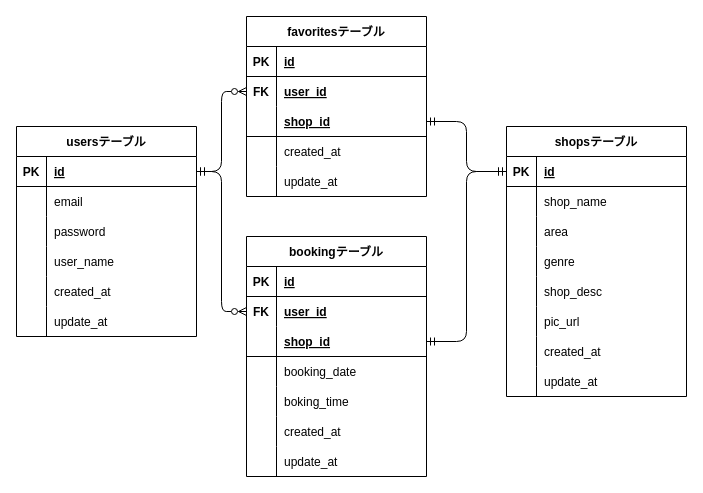
kuni9997/Rese keeps this draw.io diagram as ER図.dio. Above is the earlier version. Source tidied: cells renumbered, new cells numbered last; positions are measured from the earlier drawing's top-left corner, leaving out a move shared by most shapes. Both pictures are drawn from the tidied source at 100%, with x=0, y=0 at pixel (16, 16).
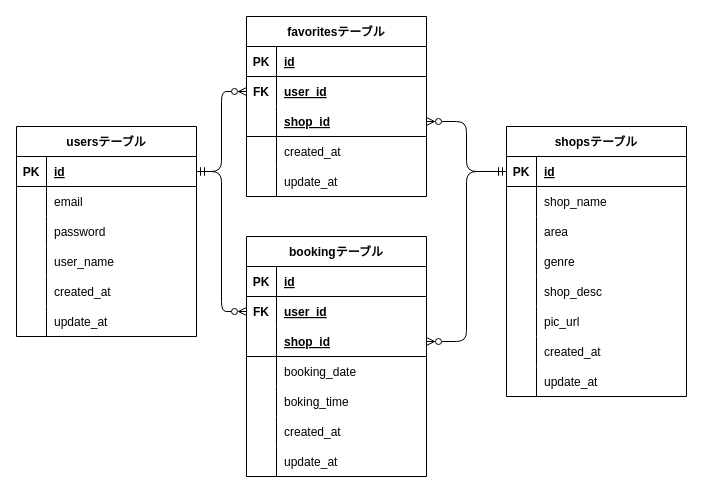
After the change.

Unchanged cells that the change refers to:
```xml
<mxCell id="22" style="shape=tableRow;horizontal=0;startSize=0;swimlaneHead=0;swimlaneBody=0;fillColor=none;points=[[0,0.5],[1,0.5]];portConstraint=eastwest;top=0;left=0;right=0;bottom=1;" parent="21" vertex="1">
  <mxGeometry y="30" width="180" height="30" as="geometry" />
</mxCell>
<mxCell id="53" style="shape=tableRow;horizontal=0;startSize=0;swimlaneHead=0;swimlaneBody=0;fillColor=none;points=[[0,0.5],[1,0.5]];portConstraint=eastwest;top=0;left=0;right=0;bottom=1;strokeColor=default;" parent="46" vertex="1">
  <mxGeometry y="90" width="180" height="30" as="geometry" />
</mxCell>
<mxCell id="69" style="shape=tableRow;horizontal=0;startSize=0;swimlaneHead=0;swimlaneBody=0;fillColor=none;points=[[0,0.5],[1,0.5]];portConstraint=eastwest;top=0;left=0;right=0;bottom=1;strokeColor=default;" parent="62" vertex="1">
  <mxGeometry y="90" width="180" height="30" as="geometry" />
</mxCell>
```

Diff of the diagram source:
```diff
@@
-    <mxCell id="87" style="edgeStyle=orthogonalEdgeStyle;html=1;exitX=1;exitY=0.5;exitDx=0;exitDy=0;entryX=0;entryY=0.5;entryDx=0;entryDy=0;startArrow=ERmandOne;startFill=0;endArrow=ERmandOne;endFill=0;" parent="1" edge="1" source="53" target="22">
+    <mxCell id="87" style="edgeStyle=orthogonalEdgeStyle;html=1;exitX=1;exitY=0.5;exitDx=0;exitDy=0;entryX=0;entryY=0.5;entryDx=0;entryDy=0;startArrow=ERzeroToMany;startFill=0;endArrow=ERmandOne;endFill=0;" parent="1" edge="1" source="53" target="22">
       <mxGeometry relative="1" as="geometry" />
     </mxCell>
-    <mxCell id="88" style="edgeStyle=orthogonalEdgeStyle;html=1;exitX=1;exitY=0.5;exitDx=0;exitDy=0;entryX=0;entryY=0.5;entryDx=0;entryDy=0;startArrow=ERmandOne;startFill=0;endArrow=ERmandOne;endFill=0;" parent="1" edge="1" source="69" target="22">
+    <mxCell id="88" style="edgeStyle=orthogonalEdgeStyle;html=1;exitX=1;exitY=0.5;exitDx=0;exitDy=0;entryX=0;entryY=0.5;entryDx=0;entryDy=0;startArrow=ERzeroToMany;startFill=0;endArrow=ERmandOne;endFill=0;" parent="1" edge="1" source="69" target="22">
       <mxGeometry relative="1" as="geometry" />
     </mxCell>
```
